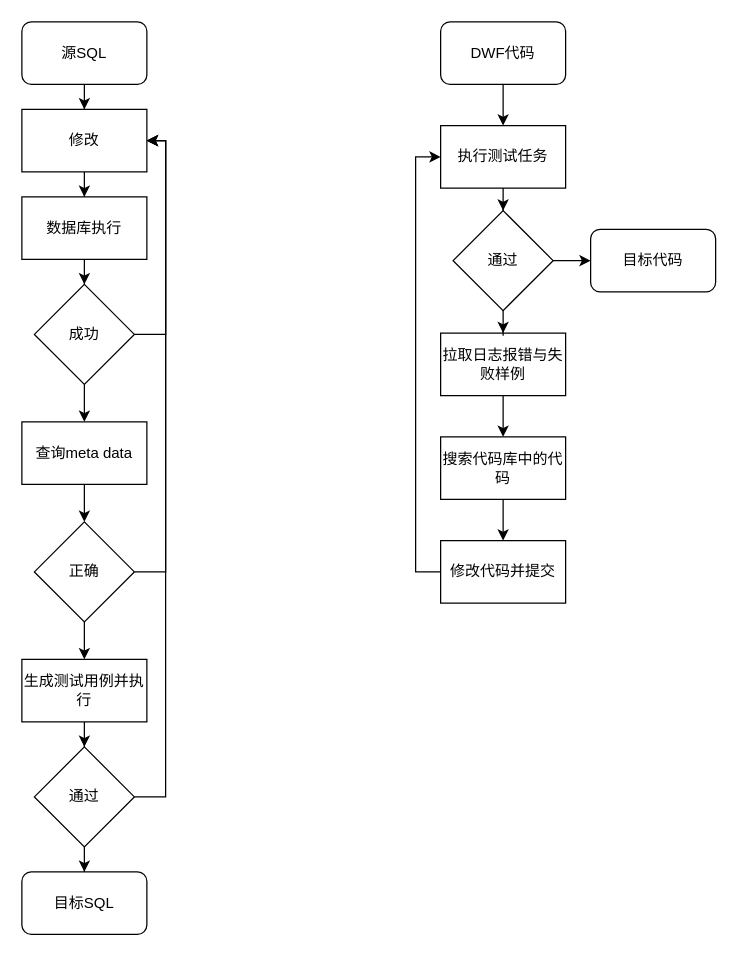
This is 开题报告/方案.drawio from Olive-2019/drawio-source, a draw.io file, before an edit. Source tidied: cells renumbered, new cells numbered last; positions are measured from the earlier drawing's top-left corner, leaving out a move shared by most shapes. Both pictures are drawn from the tidied source at 125%, with x=0, y=0 at pixel (21, 21).
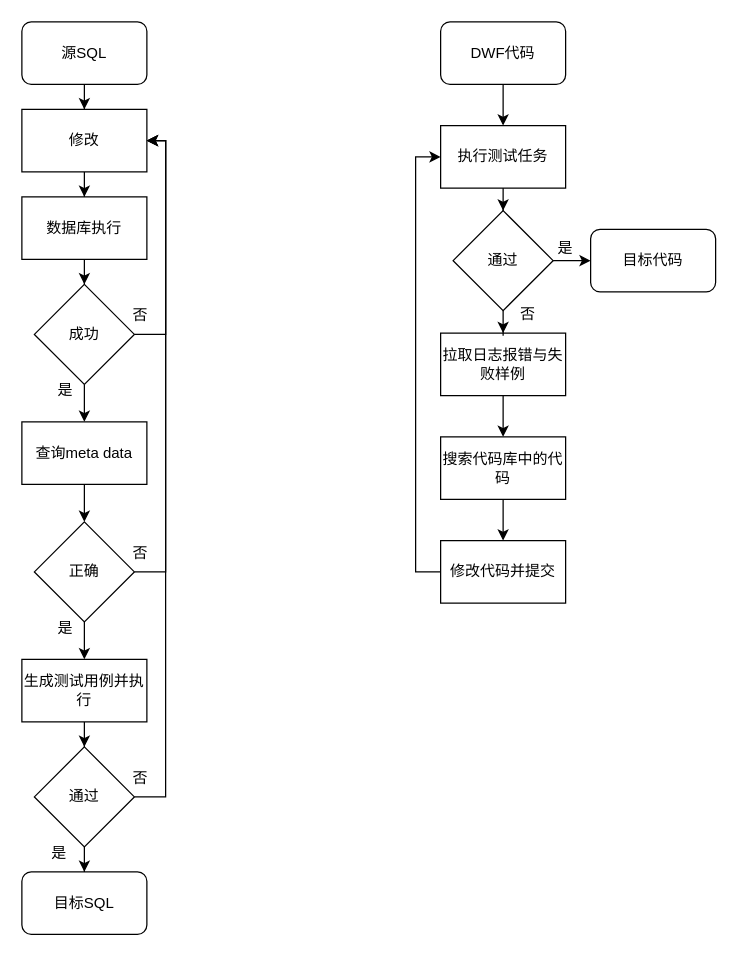
Above is the later version.

What changed in the source:
```diff
@@
+    <mxCell id="36" value="是" style="text;html=1;align=center;verticalAlign=middle;whiteSpace=wrap;rounded=0;" parent="1" vertex="1">
+      <mxGeometry x="5" y="280" width="60" height="30" as="geometry" />
+    </mxCell>
+    <mxCell id="37" value="是" style="text;html=1;align=center;verticalAlign=middle;whiteSpace=wrap;rounded=0;" parent="1" vertex="1">
+      <mxGeometry x="5" y="470" width="60" height="30" as="geometry" />
+    </mxCell>
+    <mxCell id="38" value="是" style="text;html=1;align=center;verticalAlign=middle;whiteSpace=wrap;rounded=0;" parent="1" vertex="1">
+      <mxGeometry y="650" width="60" height="30" as="geometry" />
+    </mxCell>
+    <mxCell id="39" value="是" style="text;html=1;align=center;verticalAlign=middle;whiteSpace=wrap;rounded=0;" parent="1" vertex="1">
+      <mxGeometry x="405" y="166" width="60" height="30" as="geometry" />
+    </mxCell>
+    <mxCell id="40" value="否" style="text;html=1;align=center;verticalAlign=middle;whiteSpace=wrap;rounded=0;" parent="1" vertex="1">
+      <mxGeometry x="375" y="219" width="60" height="30" as="geometry" />
+    </mxCell>
+    <mxCell id="41" value="否" style="text;html=1;align=center;verticalAlign=middle;whiteSpace=wrap;rounded=0;" parent="1" vertex="1">
+      <mxGeometry x="65" y="220" width="60" height="30" as="geometry" />
+    </mxCell>
+    <mxCell id="42" value="否" style="text;html=1;align=center;verticalAlign=middle;whiteSpace=wrap;rounded=0;" parent="1" vertex="1">
+      <mxGeometry x="65" y="410" width="60" height="30" as="geometry" />
+    </mxCell>
+    <mxCell id="43" value="否" style="text;html=1;align=center;verticalAlign=middle;whiteSpace=wrap;rounded=0;" parent="1" vertex="1">
+      <mxGeometry x="65" y="590" width="60" height="30" as="geometry" />
+    </mxCell>
```
